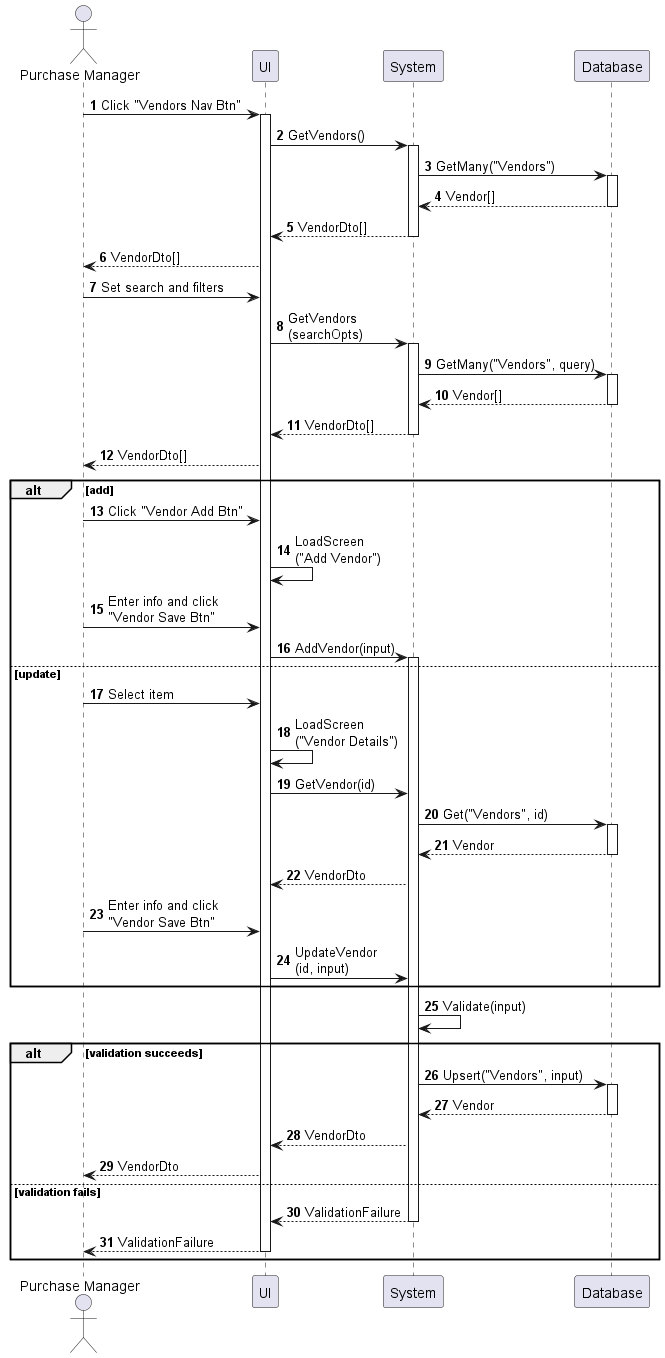
Earlier version of the PlantUML export sequences/vendor-enter.png (phihungha/scmss-reqs). The source it was exported from:
```plantuml
@startuml vendor-enter
autonumber

actor "Purchase Manager" as a
participant UI as f
participant System as b
participant Database as d

a -> f : Click "Vendors Nav Btn"
activate f
f -> b : GetVendors()
activate b
b -> d : GetMany("Vendors")
activate d
return Vendor[]
return VendorDto[]
f --> a : VendorDto[]
a -> f : Set search and filters
f -> b : GetVendors\n(searchOpts)
activate b
b -> d : GetMany("Vendors", query)
activate d
return Vendor[]
return VendorDto[]
f --> a : VendorDto[]

alt add
    a -> f : Click "Vendor Add Btn"
    f -> f : LoadScreen\n("Add Vendor")
    a -> f : Enter info and click\n"Vendor Save Btn"
    f -> b : AddVendor(input)
    activate b
else update
    a -> f : Select item
    f -> f : LoadScreen\n("Vendor Details")
    f -> b : GetVendor(id)
    b -> d : Get("Vendors", id)
    activate d
    return Vendor
    b --> f : VendorDto
    a -> f : Enter info and click\n"Vendor Save Btn"
    f -> b : UpdateVendor\n(id, input)
end

b -> b : Validate(input)

alt validation succeeds
    b -> d : Upsert("Vendors", input)
    activate d
    return Vendor
    b --> f : VendorDto
    f --> a : VendorDto
else validation fails
    return ValidationFailure
    return ValidationFailure
end
@enduml
```
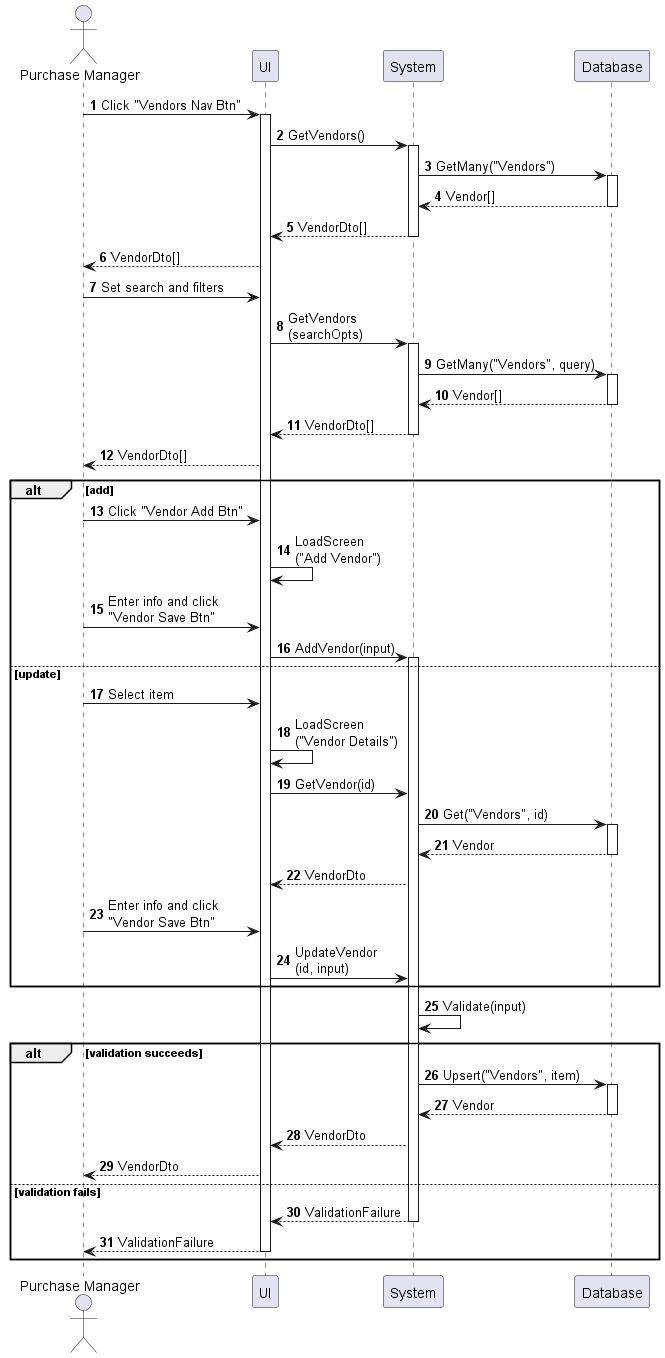
Later version of the same file.

What changed in the source:
```diff
@@ -45,7 +45,7 @@
 b -> b : Validate(input)
 
 alt validation succeeds
-    b -> d : Upsert("Vendors", input)
+    b -> d : Upsert("Vendors", item)
     activate d
     return Vendor
     b --> f : VendorDto
```
